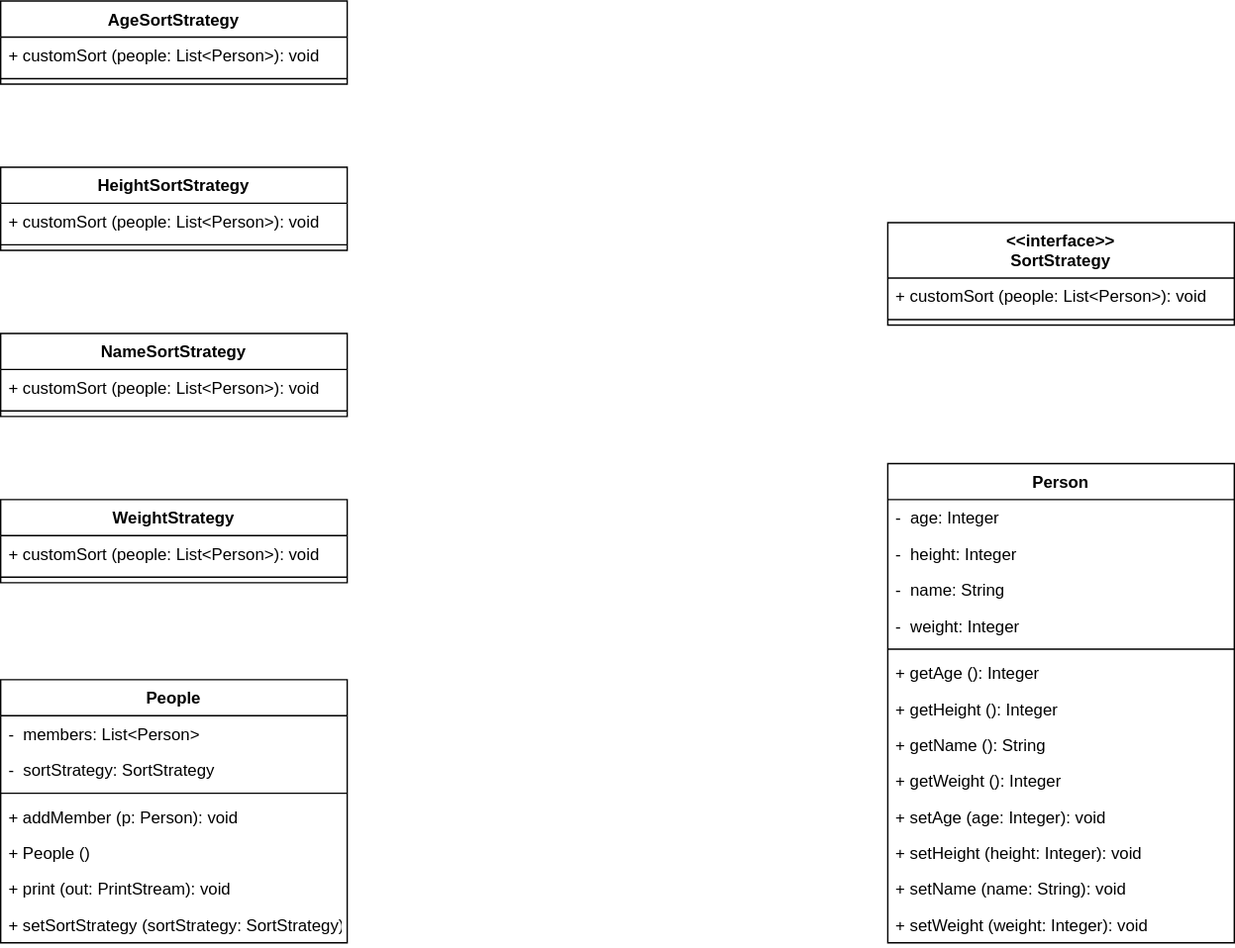
Above: Lab10 - Behavior Design Patterns 2/Lab10 - Diagram.svg in ussnllmn/SAD-1-2564 (draw.io), before the change. Source tidied: cells renumbered, new cells last; positions are measured from the earlier drawing's top-left corner, leaving out a move shared by most shapes.
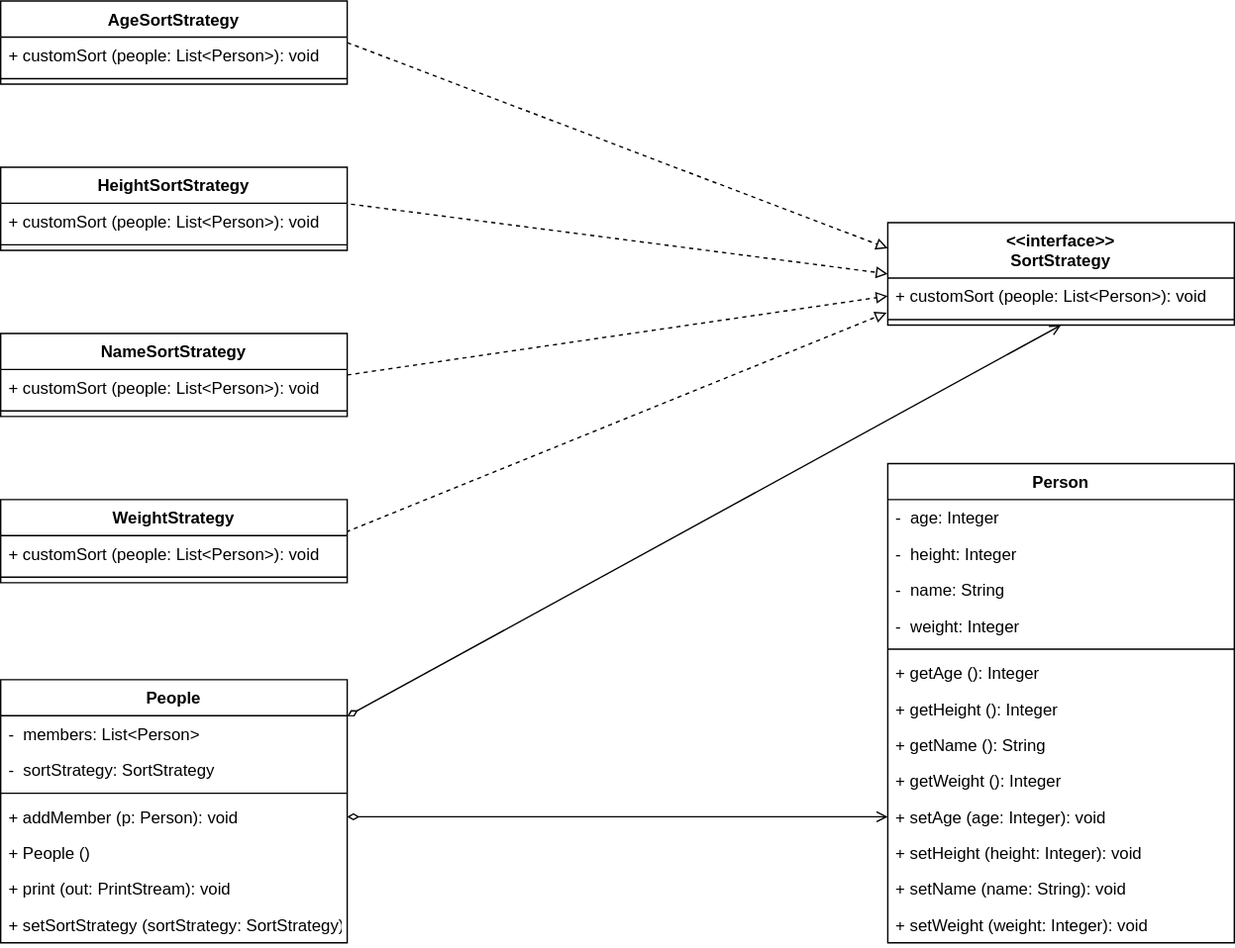
Above is the later version.

What changed in the source:
```diff
@@ -11,6 +11,9 @@
     <mxCell id="4" style="line;html=1;strokeWidth=1;align=left;verticalAlign=middle;spacingTop=-1;spacingLeft=3;spacingRight=3;labelPosition=right;" parent="2" vertex="1">
       <mxGeometry y="52" width="250" height="8" as="geometry" />
     </mxCell>
+    <mxCell id="39" style="edgeStyle=none;rounded=0;jettySize=auto;html=1;entryX=0.5;entryY=1;entryDx=0;entryDy=0;endArrow=open;endFill=0;startArrow=diamondThin;startFill=0;" parent="1" edge="1" source="5" target="22">
+      <mxGeometry relative="1" as="geometry" />
+    </mxCell>
     <mxCell id="5" value="People" style="swimlane;fontStyle=1;align=center;verticalAlign=top;horizontal=1;startSize=26;rounded=0;shadow=0;strokeWidth=1;" parent="1" vertex="1">
       <mxGeometry y="490" width="250" height="190" as="geometry" />
     </mxCell>
@@ -35,6 +38,9 @@
     <mxCell id="12" value="+ setSortStrategy (sortStrategy: SortStrategy): void" style="text;align=left;verticalAlign=top;spacingLeft=4;spacingRight=4;overflow=hidden;rounded=0;shadow=0;html=0;" parent="5" vertex="1">
       <mxGeometry y="164" width="250" height="26" as="geometry" />
     </mxCell>
+    <mxCell id="40" style="rounded=0;jettySize=auto;html=1;entryX=0;entryY=0.25;entryDx=0;entryDy=0;dashed=1;exitX=1;exitY=0.5;exitDx=0;exitDy=0;endArrow=block;endFill=0;" parent="1" edge="1" source="13" target="22">
+      <mxGeometry relative="1" as="geometry" />
+    </mxCell>
     <mxCell id="13" value="AgeSortStrategy" style="swimlane;fontStyle=1;align=center;verticalAlign=top;horizontal=1;startSize=26;rounded=0;shadow=0;strokeWidth=1;" parent="1" vertex="1">
       <mxGeometry width="250" height="60" as="geometry" />
     </mxCell>
@@ -44,6 +50,9 @@
     <mxCell id="15" style="line;html=1;strokeWidth=1;align=left;verticalAlign=middle;spacingTop=-1;spacingLeft=3;spacingRight=3;labelPosition=right;" parent="13" vertex="1">
       <mxGeometry y="52" width="250" height="8" as="geometry" />
     </mxCell>
+    <mxCell id="41" style="edgeStyle=none;rounded=0;jettySize=auto;html=1;entryX=0;entryY=0.5;entryDx=0;entryDy=0;dashed=1;endArrow=block;endFill=0;exitX=1;exitY=0.5;exitDx=0;exitDy=0;" parent="1" edge="1" source="16" target="23">
+      <mxGeometry relative="1" as="geometry" />
+    </mxCell>
     <mxCell id="16" value="NameSortStrategy" style="swimlane;fontStyle=1;align=center;verticalAlign=top;horizontal=1;startSize=26;rounded=0;shadow=0;strokeWidth=1;" parent="1" vertex="1">
       <mxGeometry y="240" width="250" height="60" as="geometry" />
     </mxCell>
@@ -53,6 +62,9 @@
     <mxCell id="18" style="line;html=1;strokeWidth=1;align=left;verticalAlign=middle;spacingTop=-1;spacingLeft=3;spacingRight=3;labelPosition=right;" parent="16" vertex="1">
       <mxGeometry y="52" width="250" height="8" as="geometry" />
     </mxCell>
+    <mxCell id="42" style="edgeStyle=none;rounded=0;jettySize=auto;html=1;entryX=-0.003;entryY=0.962;entryDx=0;entryDy=0;entryPerimeter=0;dashed=1;endArrow=block;endFill=0;exitX=0.997;exitY=0.389;exitDx=0;exitDy=0;exitPerimeter=0;" parent="1" edge="1" source="19" target="23">
+      <mxGeometry relative="1" as="geometry" />
+    </mxCell>
     <mxCell id="19" value="WeightStrategy" style="swimlane;fontStyle=1;align=center;verticalAlign=top;horizontal=1;startSize=26;rounded=0;shadow=0;strokeWidth=1;" parent="1" vertex="1">
       <mxGeometry y="360" width="250" height="60" as="geometry" />
     </mxCell>
@@ -113,5 +125,11 @@
     <mxCell id="38" value="+ setWeight (weight: Integer): void" style="text;align=left;verticalAlign=top;spacingLeft=4;spacingRight=4;overflow=hidden;rounded=0;shadow=0;html=0;" parent="25" vertex="1">
       <mxGeometry y="320" width="250" height="26" as="geometry" />
     </mxCell>
+    <mxCell id="43" style="edgeStyle=none;rounded=0;jettySize=auto;html=1;dashed=1;endArrow=block;endFill=0;exitX=1.011;exitY=0.026;exitDx=0;exitDy=0;exitPerimeter=0;entryX=0;entryY=0.5;entryDx=0;entryDy=0;" parent="1" edge="1" source="3" target="22">
+      <mxGeometry relative="1" as="geometry" />
+    </mxCell>
+    <mxCell id="44" style="edgeStyle=none;rounded=0;jettySize=auto;html=1;entryX=0;entryY=0.5;entryDx=0;entryDy=0;startArrow=diamondThin;startFill=0;endArrow=open;endFill=0;" parent="1" edge="1" source="9" target="35">
+      <mxGeometry relative="1" as="geometry" />
+    </mxCell>
   </root>
 </mxGraphModel>
```
